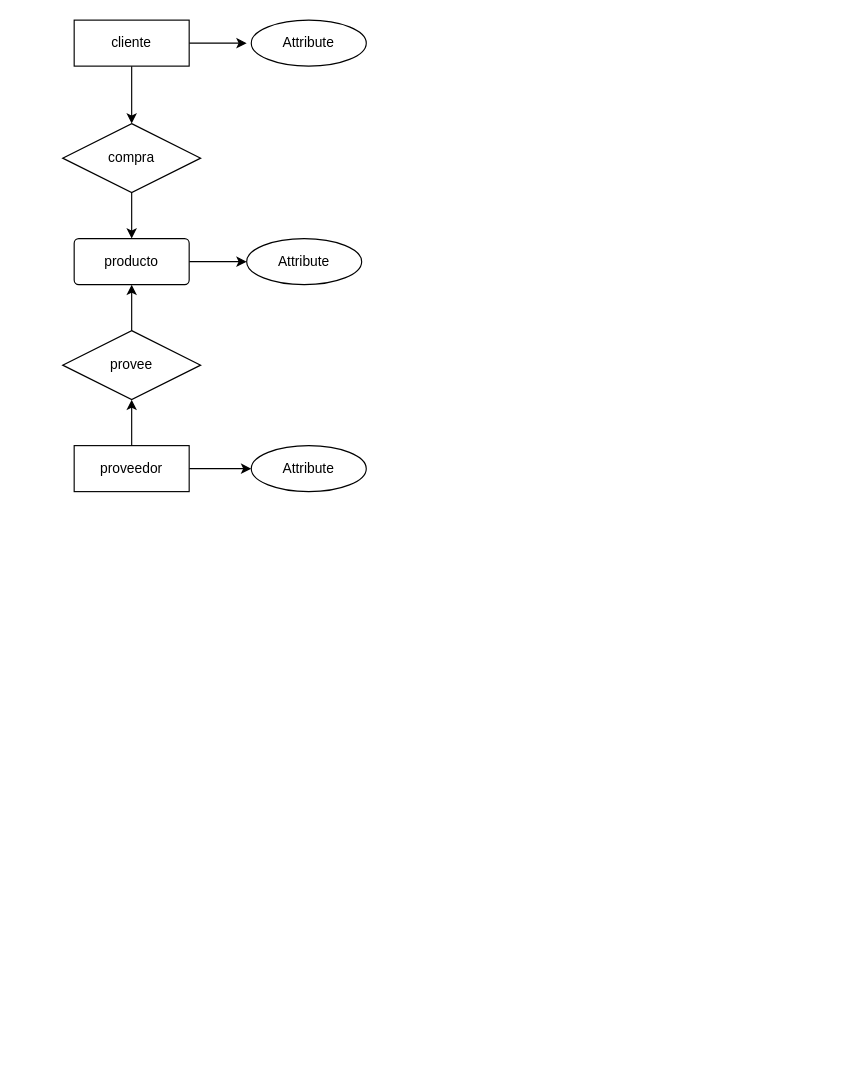
The draw.io diagram Diagrama sin título.drawio in DelEtAetherius/pagina_web, before the edit. Source tidied: cells renumbered, new cells numbered last; positions are measured from the earlier drawing's top-left corner, leaving out a move shared by most shapes. Both pictures are drawn from the tidied source at 115%, with x=0, y=0 at pixel (62, 20).
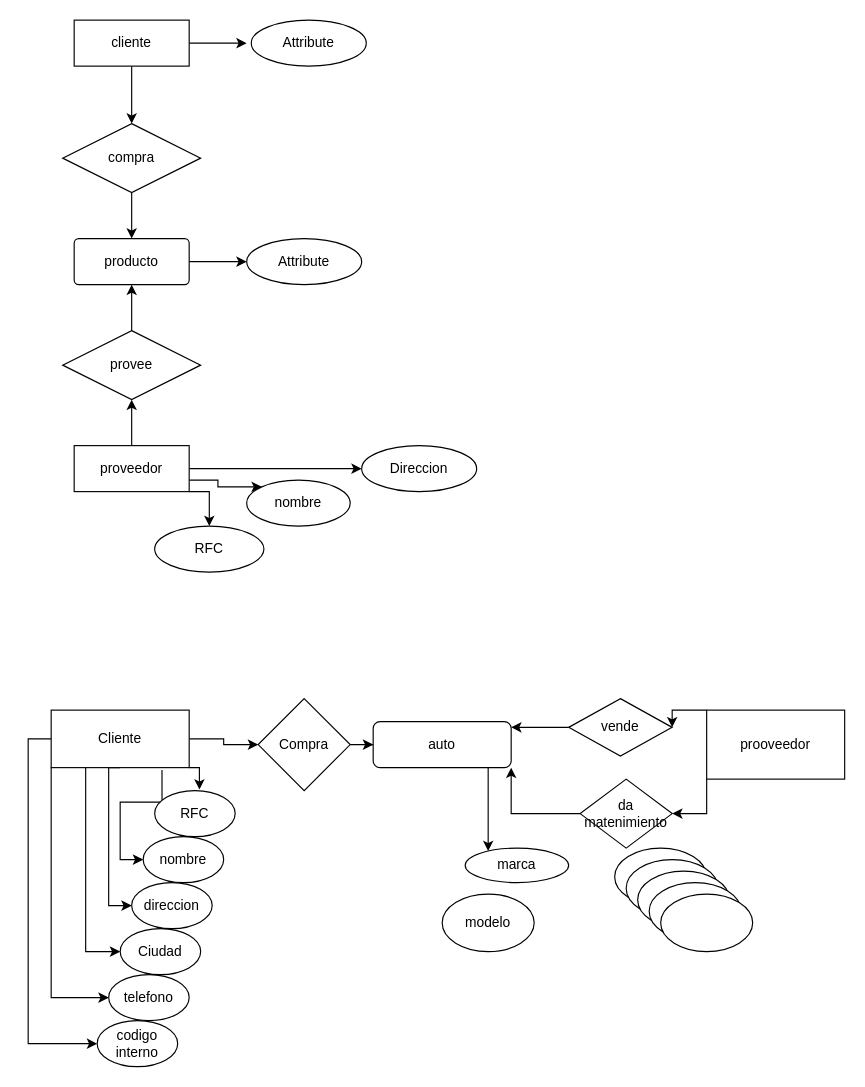
The same diagram, later.

The change refers to these unchanged cells:
```xml
<mxCell id="12" value="proveedor" style="whiteSpace=wrap;html=1;align=center;" parent="1" vertex="1">
  <mxGeometry x="10" y="370" width="100" height="40" as="geometry" />
</mxCell>
```

Change to the diagram source:
```diff
@@
+    <mxCell id="17" style="edgeStyle=orthogonalEdgeStyle;rounded=0;jettySize=auto;html=1;exitX=1;exitY=0.75;exitDx=0;exitDy=0;entryX=0;entryY=0;entryDx=0;entryDy=0;" parent="1" edge="1" source="12" target="19">
+      <mxGeometry relative="1" as="geometry" />
+    </mxCell>
+    <mxCell id="18" style="edgeStyle=orthogonalEdgeStyle;rounded=0;jettySize=auto;html=1;exitX=1;exitY=1;exitDx=0;exitDy=0;entryX=0.5;entryY=0;entryDx=0;entryDy=0;" parent="1" edge="1" source="12" target="20">
+      <mxGeometry relative="1" as="geometry" />
+    </mxCell>
@@
-    <mxCell id="16" value="Attribute" style="ellipse;whiteSpace=wrap;html=1;align=center;" parent="1" vertex="1">
-      <mxGeometry x="164" y="370" width="100" height="40" as="geometry" />
+    <mxCell id="16" value="Direccion&lt;br&gt;" style="ellipse;whiteSpace=wrap;html=1;align=center;" parent="1" vertex="1">
+      <mxGeometry x="260" y="370" width="100" height="40" as="geometry" />
     </mxCell>
+    <mxCell id="19" value="nombre&lt;br&gt;" style="ellipse;whiteSpace=wrap;html=1;" parent="1" vertex="1">
+      <mxGeometry x="160" y="400" width="90" height="40" as="geometry" />
+    </mxCell>
+    <mxCell id="20" value="RFC&lt;br&gt;" style="ellipse;whiteSpace=wrap;html=1;" parent="1" vertex="1">
+      <mxGeometry x="80" y="440" width="95" height="40" as="geometry" />
+    </mxCell>
+    <mxCell id="21" style="edgeStyle=orthogonalEdgeStyle;rounded=0;jettySize=auto;html=1;" parent="1" edge="1" source="22" target="47">
+      <mxGeometry relative="1" as="geometry">
+        <Array as="points">
+          <mxPoint x="370" y="690" />
+          <mxPoint x="370" y="690" />
+        </Array>
+      </mxGeometry>
+    </mxCell>
+    <mxCell id="22" value="auto" style="rounded=1;whiteSpace=wrap;html=1;" parent="1" vertex="1">
+      <mxGeometry x="270" y="610" width="120" height="40" as="geometry" />
+    </mxCell>
+    <mxCell id="23" style="edgeStyle=orthogonalEdgeStyle;rounded=0;jettySize=auto;html=1;" parent="1" edge="1" source="30" target="35">
+      <mxGeometry relative="1" as="geometry" />
+    </mxCell>
+    <mxCell id="24" style="edgeStyle=orthogonalEdgeStyle;rounded=0;jettySize=auto;html=1;exitX=1;exitY=1;exitDx=0;exitDy=0;entryX=0.556;entryY=-0.022;entryDx=0;entryDy=0;entryPerimeter=0;" parent="1" edge="1" source="30" target="46">
+      <mxGeometry relative="1" as="geometry" />
+    </mxCell>
+    <mxCell id="25" style="edgeStyle=orthogonalEdgeStyle;rounded=0;jettySize=auto;html=1;entryX=0;entryY=0.5;entryDx=0;entryDy=0;exitX=0.803;exitY=1.041;exitDx=0;exitDy=0;exitPerimeter=0;" parent="1" edge="1" source="30" target="41">
+      <mxGeometry relative="1" as="geometry" />
+    </mxCell>
+    <mxCell id="26" style="edgeStyle=orthogonalEdgeStyle;rounded=0;jettySize=auto;html=1;exitX=0.5;exitY=1;exitDx=0;exitDy=0;entryX=0;entryY=0.5;entryDx=0;entryDy=0;" parent="1" edge="1" source="30" target="45">
+      <mxGeometry relative="1" as="geometry">
+        <Array as="points">
+          <mxPoint x="40" y="650" />
+          <mxPoint x="40" y="770" />
+        </Array>
+      </mxGeometry>
+    </mxCell>
+    <mxCell id="27" style="edgeStyle=orthogonalEdgeStyle;rounded=0;jettySize=auto;html=1;exitX=0.25;exitY=1;exitDx=0;exitDy=0;entryX=0;entryY=0.5;entryDx=0;entryDy=0;" parent="1" edge="1" source="30" target="44">
+      <mxGeometry relative="1" as="geometry" />
+    </mxCell>
+    <mxCell id="28" style="edgeStyle=orthogonalEdgeStyle;rounded=0;jettySize=auto;html=1;exitX=0;exitY=1;exitDx=0;exitDy=0;entryX=0;entryY=0.5;entryDx=0;entryDy=0;" parent="1" edge="1" source="30" target="43">
+      <mxGeometry relative="1" as="geometry" />
+    </mxCell>
+    <mxCell id="29" style="edgeStyle=orthogonalEdgeStyle;rounded=0;jettySize=auto;html=1;exitX=0;exitY=0.5;exitDx=0;exitDy=0;entryX=0;entryY=0.5;entryDx=0;entryDy=0;" parent="1" edge="1" source="30" target="42">
+      <mxGeometry relative="1" as="geometry" />
+    </mxCell>
+    <mxCell id="30" value="Cliente" style="rounded=0;whiteSpace=wrap;html=1;" parent="1" vertex="1">
+      <mxGeometry x="-10" y="600" width="120" height="50" as="geometry" />
+    </mxCell>
+    <mxCell id="31" style="edgeStyle=orthogonalEdgeStyle;rounded=0;jettySize=auto;html=1;exitX=0;exitY=0;exitDx=0;exitDy=0;entryX=1;entryY=0.5;entryDx=0;entryDy=0;" parent="1" edge="1" source="33" target="37">
+      <mxGeometry relative="1" as="geometry" />
+    </mxCell>
+    <mxCell id="32" style="edgeStyle=orthogonalEdgeStyle;rounded=0;jettySize=auto;html=1;exitX=0;exitY=1;exitDx=0;exitDy=0;entryX=1;entryY=0.5;entryDx=0;entryDy=0;" parent="1" edge="1" source="33" target="39">
+      <mxGeometry relative="1" as="geometry" />
+    </mxCell>
+    <mxCell id="33" value="prooveedor" style="rounded=0;whiteSpace=wrap;html=1;" parent="1" vertex="1">
+      <mxGeometry x="560" y="600" width="120" height="60" as="geometry" />
+    </mxCell>
+    <mxCell id="34" style="edgeStyle=orthogonalEdgeStyle;rounded=0;jettySize=auto;html=1;" parent="1" edge="1" source="35" target="22">
+      <mxGeometry relative="1" as="geometry" />
+    </mxCell>
+    <mxCell id="35" value="Compra" style="rhombus;whiteSpace=wrap;html=1;" parent="1" vertex="1">
+      <mxGeometry x="170" y="590" width="80" height="80" as="geometry" />
+    </mxCell>
+    <mxCell id="36" style="edgeStyle=orthogonalEdgeStyle;rounded=0;jettySize=auto;html=1;exitX=0;exitY=0.5;exitDx=0;exitDy=0;" parent="1" edge="1" source="37" target="22">
+      <mxGeometry relative="1" as="geometry">
+        <Array as="points">
+          <mxPoint x="410" y="615" />
+          <mxPoint x="410" y="615" />
+        </Array>
+      </mxGeometry>
+    </mxCell>
+    <mxCell id="37" value="vende" style="rhombus;whiteSpace=wrap;html=1;" parent="1" vertex="1">
+      <mxGeometry x="440" y="590" width="90" height="50" as="geometry" />
+    </mxCell>
+    <mxCell id="38" style="edgeStyle=orthogonalEdgeStyle;rounded=0;jettySize=auto;html=1;exitX=0;exitY=0.5;exitDx=0;exitDy=0;entryX=1;entryY=1;entryDx=0;entryDy=0;" parent="1" edge="1" source="39" target="22">
+      <mxGeometry relative="1" as="geometry" />
+    </mxCell>
+    <mxCell id="39" value="da matenimiento" style="rhombus;whiteSpace=wrap;html=1;" parent="1" vertex="1">
+      <mxGeometry x="450" y="660" width="80" height="60" as="geometry" />
+    </mxCell>
+    <mxCell id="40" style="edgeStyle=orthogonalEdgeStyle;rounded=0;orthogonalLoop=1;jettySize=auto;html=1;exitX=0.5;exitY=1;exitDx=0;exitDy=0;" parent="1" edge="1" source="39" target="39">
+      <mxGeometry relative="1" as="geometry" />
+    </mxCell>
+    <mxCell id="41" value="nombre" style="ellipse;whiteSpace=wrap;html=1;" parent="1" vertex="1">
+      <mxGeometry x="70" y="710" width="70" height="40" as="geometry" />
+    </mxCell>
+    <mxCell id="42" value="codigo interno" style="ellipse;whiteSpace=wrap;html=1;" parent="1" vertex="1">
+      <mxGeometry x="30" y="870" width="70" height="40" as="geometry" />
+    </mxCell>
+    <mxCell id="43" value="telefono" style="ellipse;whiteSpace=wrap;html=1;" parent="1" vertex="1">
+      <mxGeometry x="40" y="830" width="70" height="40" as="geometry" />
+    </mxCell>
+    <mxCell id="44" value="Ciudad" style="ellipse;whiteSpace=wrap;html=1;" parent="1" vertex="1">
+      <mxGeometry x="50" y="790" width="70" height="40" as="geometry" />
+    </mxCell>
+    <mxCell id="45" value="direccion" style="ellipse;whiteSpace=wrap;html=1;" parent="1" vertex="1">
+      <mxGeometry x="60" y="750" width="70" height="40" as="geometry" />
+    </mxCell>
+    <mxCell id="46" value="RFC" style="ellipse;whiteSpace=wrap;html=1;" parent="1" vertex="1">
+      <mxGeometry x="80" y="670" width="70" height="40" as="geometry" />
+    </mxCell>
+    <mxCell id="47" value="marca" style="ellipse;whiteSpace=wrap;html=1;rounded=1;" parent="1" vertex="1">
+      <mxGeometry x="350" y="720" width="90" height="30" as="geometry" />
+    </mxCell>
+    <mxCell id="48" style="ellipse;whiteSpace=wrap;html=1;" parent="1" vertex="1">
+      <mxGeometry x="480" y="720" width="80" height="50" as="geometry" />
+    </mxCell>
+    <mxCell id="49" style="ellipse;whiteSpace=wrap;html=1;" parent="1" vertex="1">
+      <mxGeometry x="490" y="730" width="80" height="50" as="geometry" />
+    </mxCell>
+    <mxCell id="50" style="ellipse;whiteSpace=wrap;html=1;" parent="1" vertex="1">
+      <mxGeometry x="500" y="740" width="80" height="50" as="geometry" />
+    </mxCell>
+    <mxCell id="51" style="ellipse;whiteSpace=wrap;html=1;" parent="1" vertex="1">
+      <mxGeometry x="510" y="750" width="80" height="50" as="geometry" />
+    </mxCell>
+    <mxCell id="52" style="ellipse;whiteSpace=wrap;html=1;" parent="1" vertex="1">
+      <mxGeometry x="520" y="760" width="80" height="50" as="geometry" />
+    </mxCell>
+    <mxCell id="53" value="modelo" style="ellipse;whiteSpace=wrap;html=1;" parent="1" vertex="1">
+      <mxGeometry x="330" y="760" width="80" height="50" as="geometry" />
+    </mxCell>
```
